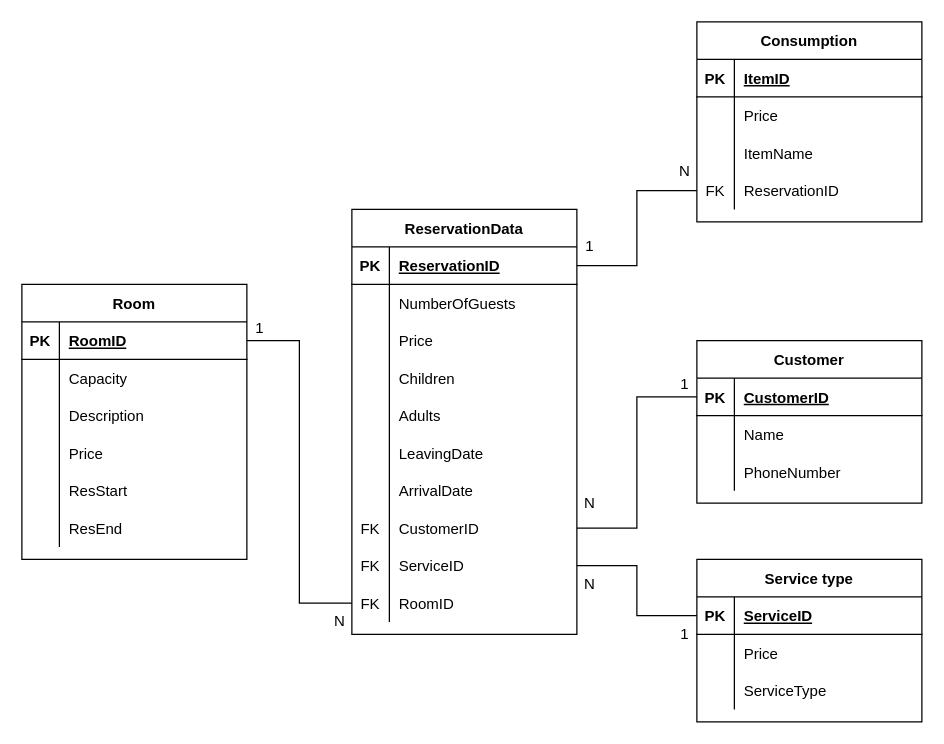
vassko02/OKJ-vizsgaprojekt keeps this draw.io diagram as SQL/Modellek/Relációs modell.drawio. Above is the earlier version. Source tidied: cells renumbered, new cells numbered last; positions are measured from the earlier drawing's top-left corner, leaving out a move shared by most shapes. Both pictures are drawn from the tidied source at 125%, with x=0, y=0 at pixel (21, 21).
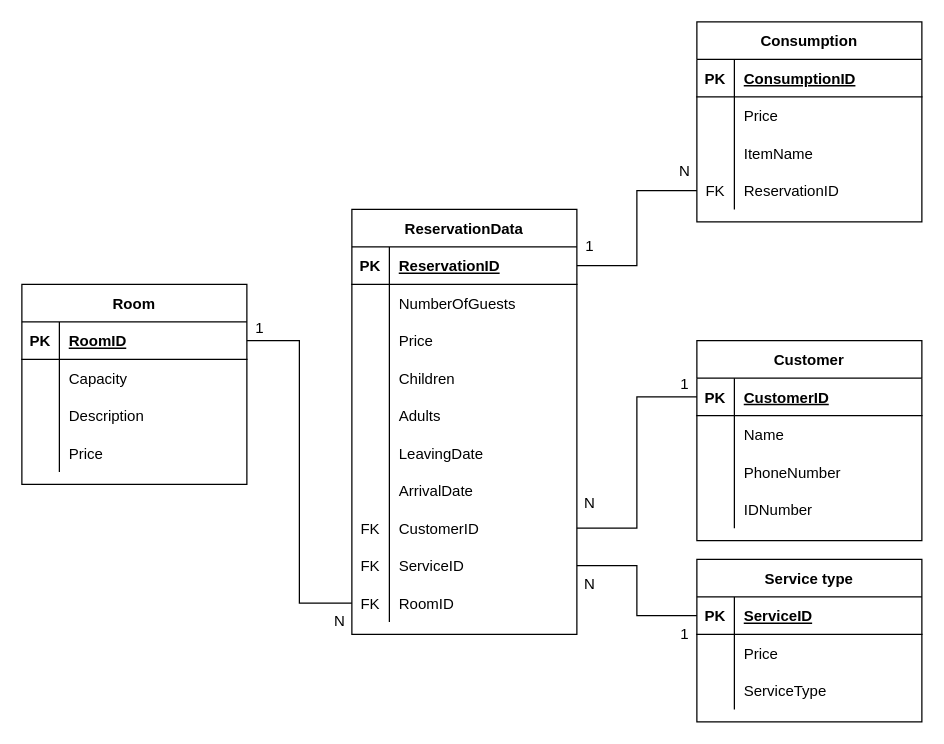
Above is the later version.

Commit message:
Adatbázis modell v1.6 (editable)

The change refers to these unchanged cells:
```xml
<mxCell id="3" style="shape=partialRectangle;fillColor=none;top=0;left=0;bottom=1;right=0;" parent="2" vertex="1">
  <mxGeometry y="30" width="180" height="30" as="geometry" />
</mxCell>
```

The edit, as a diff of the source:
```diff
@@
-    <mxCell id="5" value="ItemID" style="shape=partialRectangle;fillColor=none;top=0;left=0;bottom=0;right=0;align=left;spacingLeft=6;fontStyle=5;overflow=hidden;" parent="3" vertex="1">
+    <mxCell id="5" value="ConsumptionID" style="shape=partialRectangle;fillColor=none;top=0;left=0;bottom=0;right=0;align=left;spacingLeft=6;fontStyle=5;overflow=hidden;" parent="3" vertex="1">
       <mxGeometry x="30" width="150" height="30" as="geometry" />
     </mxCell>
@@
     <mxCell id="25" value="Room" style="shape=table;startSize=30;childLayout=tableLayout;rowLines=0;fontStyle=1;align=center;" parent="1" vertex="1">
-      <mxGeometry y="210" width="180" height="220" as="geometry" />
+      <mxGeometry y="210" width="180" height="160" as="geometry" />
     </mxCell>
@@
-    <mxCell id="38" style="shape=partialRectangle;fillColor=none;top=0;left=0;bottom=0;right=0;" parent="25" vertex="1">
-      <mxGeometry y="150" width="180" height="30" as="geometry" />
-    </mxCell>
-    <mxCell id="39" style="shape=partialRectangle;fillColor=none;top=0;left=0;bottom=0;right=0;overflow=hidden;" parent="38" vertex="1">
-      <mxGeometry width="30" height="30" as="geometry" />
-    </mxCell>
-    <mxCell id="40" value="ResStart" style="shape=partialRectangle;fillColor=none;top=0;left=0;bottom=0;right=0;align=left;spacingLeft=6;overflow=hidden;" parent="38" vertex="1">
-      <mxGeometry x="30" width="150" height="30" as="geometry" />
-    </mxCell>
-    <mxCell id="41" style="shape=partialRectangle;fillColor=none;top=0;left=0;bottom=0;right=0;" parent="25" vertex="1">
-      <mxGeometry y="180" width="180" height="30" as="geometry" />
-    </mxCell>
-    <mxCell id="42" style="shape=partialRectangle;fillColor=none;top=0;left=0;bottom=0;right=0;overflow=hidden;" parent="41" vertex="1">
-      <mxGeometry width="30" height="30" as="geometry" />
-    </mxCell>
-    <mxCell id="43" value="ResEnd" style="shape=partialRectangle;fillColor=none;top=0;left=0;bottom=0;right=0;align=left;spacingLeft=6;overflow=hidden;" parent="41" vertex="1">
-      <mxGeometry x="30" width="150" height="30" as="geometry" />
-    </mxCell>
@@
     <mxCell id="75" value="Customer" style="shape=table;startSize=30;childLayout=tableLayout;rowLines=0;fontStyle=1;align=center;" parent="1" vertex="1">
-      <mxGeometry x="540" y="255" width="180" height="130" as="geometry" />
+      <mxGeometry x="540" y="255" width="180" height="160" as="geometry" />
     </mxCell>
@@
+    <mxCell id="97" style="shape=partialRectangle;fillColor=none;top=0;left=0;bottom=0;right=0;" parent="75" vertex="1">
+      <mxGeometry y="120" width="180" height="30" as="geometry" />
+    </mxCell>
+    <mxCell id="98" style="shape=partialRectangle;fillColor=none;top=0;left=0;bottom=0;right=0;overflow=hidden;" parent="97" vertex="1">
+      <mxGeometry width="30" height="30" as="geometry" />
+    </mxCell>
+    <mxCell id="99" value="IDNumber" style="shape=partialRectangle;fillColor=none;top=0;left=0;bottom=0;right=0;align=left;spacingLeft=6;overflow=hidden;" parent="97" vertex="1">
+      <mxGeometry x="30" width="150" height="30" as="geometry" />
+    </mxCell>
```
